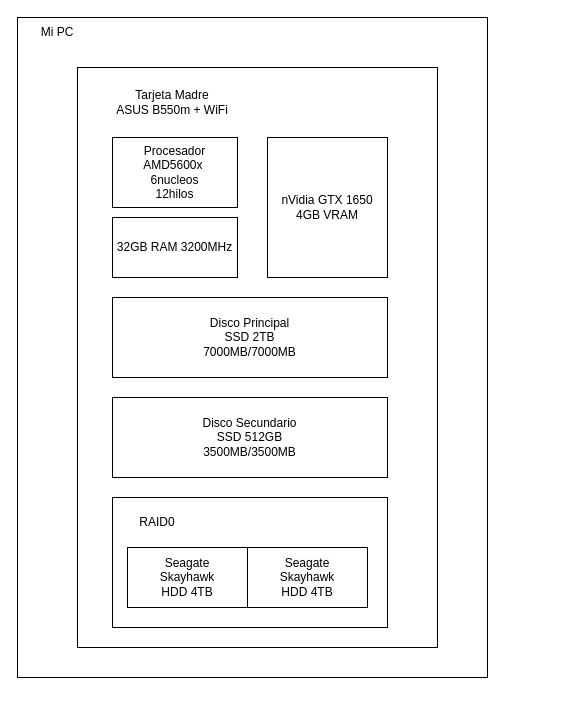
This is Stable Difussion/Diagramas/Hardware.drawio from hugoescalpelo/OpenSource-Arte-Tecnologia, a draw.io file, before an edit. Source tidied: cells renumbered, new cells numbered last; positions are measured from the earlier drawing's top-left corner, leaving out a move shared by most shapes. Both pictures are drawn from the tidied source at 100%, with x=0, y=0 at pixel (17, 17).
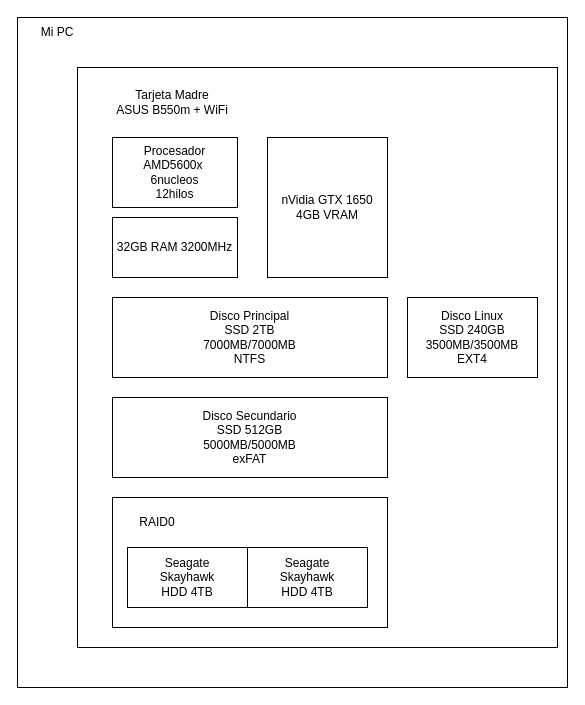
After the change.

Diff of the diagram source:
```diff
@@
 <mxGraphModel>
   <root>
     <mxCell id="0" />
     <mxCell id="1" parent="0" />
     <mxCell id="2" style="rounded=0;whiteSpace=wrap;html=1;" parent="1" vertex="1">
-      <mxGeometry width="470" height="660" as="geometry" />
+      <mxGeometry width="550" height="670" as="geometry" />
     </mxCell>
     <mxCell id="3" style="rounded=0;whiteSpace=wrap;html=1;" parent="1" vertex="1">
-      <mxGeometry x="60" y="50" width="360" height="580" as="geometry" />
+      <mxGeometry x="60" y="50" width="480" height="580" as="geometry" />
     </mxCell>
     <mxCell id="4" value="Procesador&lt;div&gt;AMD5600x&amp;nbsp;&lt;/div&gt;&lt;div&gt;6nucleos&lt;/div&gt;&lt;div&gt;12hilos&lt;/div&gt;" style="rounded=0;whiteSpace=wrap;html=1;" parent="1" vertex="1">
       <mxGeometry x="95" y="120" width="125" height="70" as="geometry" />
     </mxCell>
     <mxCell id="5" value="Tarjeta Madre&lt;div&gt;ASUS B550m + WiFi&lt;/div&gt;" style="text;html=1;align=center;verticalAlign=middle;whiteSpace=wrap;rounded=0;" parent="1" vertex="1">
       <mxGeometry x="90" y="70" width="130" height="30" as="geometry" />
     </mxCell>
     <mxCell id="6" value="nVidia GTX 1650&lt;div&gt;4GB VRAM&lt;/div&gt;" style="rounded=0;whiteSpace=wrap;html=1;" parent="1" vertex="1">
       <mxGeometry x="250" y="120" width="120" height="140" as="geometry" />
     </mxCell>
     <mxCell id="7" value="32GB RAM 3200MHz" style="rounded=0;whiteSpace=wrap;html=1;" parent="1" vertex="1">
       <mxGeometry x="95" y="200" width="125" height="60" as="geometry" />
     </mxCell>
-    <mxCell id="8" value="&lt;div&gt;Disco Principal&lt;/div&gt;SSD 2TB&lt;div&gt;7000MB/7000MB&lt;/div&gt;" style="rounded=0;whiteSpace=wrap;html=1;" parent="1" vertex="1">
+    <mxCell id="8" value="&lt;div&gt;Disco Principal&lt;/div&gt;SSD 2TB&lt;div&gt;7000MB/7000MB&lt;br&gt;NTFS&lt;/div&gt;" style="rounded=0;whiteSpace=wrap;html=1;" parent="1" vertex="1">
       <mxGeometry x="95" y="280" width="275" height="80" as="geometry" />
     </mxCell>
-    <mxCell id="9" value="Disco Secundario&lt;div&gt;SSD 512GB&lt;/div&gt;&lt;div&gt;3500MB/3500MB&lt;/div&gt;" style="rounded=0;whiteSpace=wrap;html=1;" parent="1" vertex="1">
+    <mxCell id="9" value="Disco Secundario&lt;div&gt;SSD 512GB&lt;/div&gt;&lt;div&gt;5000MB/5000MB&lt;/div&gt;&lt;div&gt;ex&lt;span style=&quot;background-color: initial;&quot;&gt;FAT&lt;/span&gt;&lt;/div&gt;" style="rounded=0;whiteSpace=wrap;html=1;" parent="1" vertex="1">
       <mxGeometry x="95" y="380" width="275" height="80" as="geometry" />
     </mxCell>
     <mxCell id="10" style="rounded=0;whiteSpace=wrap;html=1;" parent="1" vertex="1">
       <mxGeometry x="95" y="480" width="275" height="130" as="geometry" />
     </mxCell>
     <mxCell id="11" value="Seagate&lt;br&gt;Skayhawk&lt;div&gt;HDD 4TB&lt;/div&gt;" style="rounded=0;whiteSpace=wrap;html=1;" parent="1" vertex="1">
       <mxGeometry x="110" y="530" width="120" height="60" as="geometry" />
     </mxCell>
     <mxCell id="12" value="RAID0" style="text;html=1;align=center;verticalAlign=middle;whiteSpace=wrap;rounded=0;" parent="1" vertex="1">
       <mxGeometry x="110" y="490" width="60" height="30" as="geometry" />
     </mxCell>
     <mxCell id="13" value="&lt;br&gt;&lt;span style=&quot;color: rgb(0, 0, 0); font-family: Helvetica; font-size: 12px; font-style: normal; font-variant-ligatures: normal; font-variant-caps: normal; font-weight: 400; letter-spacing: normal; orphans: 2; text-align: center; text-indent: 0px; text-transform: none; widows: 2; word-spacing: 0px; -webkit-text-stroke-width: 0px; white-space: normal; background-color: rgb(251, 251, 251); text-decoration-thickness: initial; text-decoration-style: initial; text-decoration-color: initial; display: inline !important; float: none;&quot;&gt;Seagate&lt;/span&gt;&lt;br style=&quot;forced-color-adjust: none; color: rgb(0, 0, 0); font-family: Helvetica; font-size: 12px; font-style: normal; font-variant-ligatures: normal; font-variant-caps: normal; font-weight: 400; letter-spacing: normal; orphans: 2; text-align: center; text-indent: 0px; text-transform: none; widows: 2; word-spacing: 0px; -webkit-text-stroke-width: 0px; white-space: normal; background-color: rgb(251, 251, 251); text-decoration-thickness: initial; text-decoration-style: initial; text-decoration-color: initial;&quot;&gt;&lt;span style=&quot;color: rgb(0, 0, 0); font-family: Helvetica; font-size: 12px; font-style: normal; font-variant-ligatures: normal; font-variant-caps: normal; font-weight: 400; letter-spacing: normal; orphans: 2; text-align: center; text-indent: 0px; text-transform: none; widows: 2; word-spacing: 0px; -webkit-text-stroke-width: 0px; white-space: normal; background-color: rgb(251, 251, 251); text-decoration-thickness: initial; text-decoration-style: initial; text-decoration-color: initial; display: inline !important; float: none;&quot;&gt;Skayhawk&lt;/span&gt;&lt;div style=&quot;forced-color-adjust: none; color: rgb(0, 0, 0); font-family: Helvetica; font-size: 12px; font-style: normal; font-variant-ligatures: normal; font-variant-caps: normal; font-weight: 400; letter-spacing: normal; orphans: 2; text-align: center; text-indent: 0px; text-transform: none; widows: 2; word-spacing: 0px; -webkit-text-stroke-width: 0px; white-space: normal; background-color: rgb(251, 251, 251); text-decoration-thickness: initial; text-decoration-style: initial; text-decoration-color: initial;&quot;&gt;HDD 4TB&lt;/div&gt;&lt;div&gt;&lt;br/&gt;&lt;/div&gt;" style="rounded=0;whiteSpace=wrap;html=1;" parent="1" vertex="1">
       <mxGeometry x="230" y="530" width="120" height="60" as="geometry" />
     </mxCell>
     <mxCell id="14" value="Mi PC" style="text;html=1;align=center;verticalAlign=middle;whiteSpace=wrap;rounded=0;" parent="1" vertex="1">
       <mxGeometry x="10" width="60" height="30" as="geometry" />
     </mxCell>
+    <mxCell id="15" value="Disco Linux&lt;br&gt;SSD 240GB&lt;div&gt;3500MB/3500MB&lt;/div&gt;&lt;div&gt;EXT4&lt;/div&gt;" style="rounded=0;whiteSpace=wrap;html=1;" parent="1" vertex="1">
+      <mxGeometry x="390" y="280" width="130" height="80" as="geometry" />
+    </mxCell>
   </root>
 </mxGraphModel>
```
